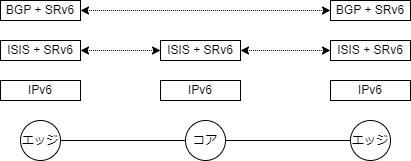
takamitsu-iida/srv6-guide keeps this draw.io diagram as doc/img/fig_4.drawio.png. Above is the earlier version. Source tidied: cells renumbered, new cells last; positions are measured from the earlier drawing's top-left corner, leaving out a move shared by most shapes.
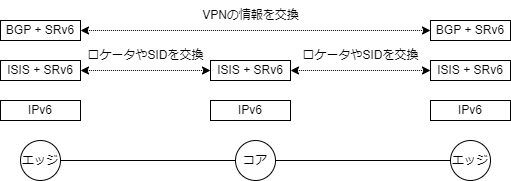
After the change.

The edit, as a diff of the source:
```diff
@@ -3,16 +3,16 @@
     <mxCell id="0" />
     <mxCell id="1" parent="0" />
     <mxCell id="2" value="エッジ" style="ellipse;whiteSpace=wrap;html=1;" parent="1" vertex="1">
-      <mxGeometry x="20" y="120" width="40" height="40" as="geometry" />
+      <mxGeometry x="-13" y="120" width="40" height="40" as="geometry" />
     </mxCell>
     <mxCell id="3" value="コア" style="ellipse;whiteSpace=wrap;html=1;" parent="1" vertex="1">
-      <mxGeometry x="185" y="120" width="40" height="40" as="geometry" />
+      <mxGeometry x="202" y="120" width="40" height="40" as="geometry" />
     </mxCell>
     <mxCell id="4" value="エッジ" style="ellipse;whiteSpace=wrap;html=1;" parent="1" vertex="1">
-      <mxGeometry x="350" y="120" width="40" height="40" as="geometry" />
+      <mxGeometry x="417" y="120" width="40" height="40" as="geometry" />
     </mxCell>
     <mxCell id="5" value="IPv6" style="rounded=0;whiteSpace=wrap;html=1;" parent="1" vertex="1">
-      <mxGeometry y="80" width="80" height="20" as="geometry" />
+      <mxGeometry x="-33" y="80" width="80" height="20" as="geometry" />
     </mxCell>
     <mxCell id="6" style="html=1;endArrow=none;endFill=0;exitX=0;exitY=0.5;exitDx=0;exitDy=0;entryX=1;entryY=0.5;entryDx=0;entryDy=0;" parent="1" edge="1" source="3" target="2">
       <mxGeometry relative="1" as="geometry" />
@@ -21,30 +21,28 @@
       <mxGeometry relative="1" as="geometry" />
     </mxCell>
     <mxCell id="8" value="IPv6" style="rounded=0;whiteSpace=wrap;html=1;" parent="1" vertex="1">
-      <mxGeometry x="160" y="80" width="80" height="20" as="geometry" />
+      <mxGeometry x="177" y="80" width="80" height="20" as="geometry" />
     </mxCell>
     <mxCell id="9" value="IPv6" style="rounded=0;whiteSpace=wrap;html=1;" parent="1" vertex="1">
-      <mxGeometry x="330" y="80" width="80" height="20" as="geometry" />
+      <mxGeometry x="397" y="80" width="80" height="20" as="geometry" />
     </mxCell>
     <mxCell id="10" value="ISIS + SRv6" style="rounded=0;whiteSpace=wrap;html=1;" parent="1" vertex="1">
-      <mxGeometry y="40" width="80" height="20" as="geometry" />
+      <mxGeometry x="-33" y="40" width="80" height="20" as="geometry" />
     </mxCell>
     <mxCell id="11" value="ISIS + SRv6" style="rounded=0;whiteSpace=wrap;html=1;" parent="1" vertex="1">
-      <mxGeometry x="160" y="40" width="80" height="20" as="geometry" />
+      <mxGeometry x="177" y="40" width="80" height="20" as="geometry" />
     </mxCell>
     <mxCell id="12" value="ISIS + SRv6" style="rounded=0;whiteSpace=wrap;html=1;" parent="1" vertex="1">
-      <mxGeometry x="330" y="40" width="80" height="20" as="geometry" />
+      <mxGeometry x="397" y="40" width="80" height="20" as="geometry" />
     </mxCell>
     <mxCell id="13" value="BGP + SRv6" style="rounded=0;whiteSpace=wrap;html=1;" parent="1" vertex="1">
-      <mxGeometry width="80" height="20" as="geometry" />
+      <mxGeometry x="-33" width="80" height="20" as="geometry" />
     </mxCell>
     <mxCell id="14" value="BGP + SRv6" style="rounded=0;whiteSpace=wrap;html=1;" parent="1" vertex="1">
-      <mxGeometry x="330" width="80" height="20" as="geometry" />
+      <mxGeometry x="397" width="80" height="20" as="geometry" />
     </mxCell>
-    <mxCell id="15" style="endArrow=classic;startArrow=classic;html=1;dashed=1;dashPattern=1 1;entryX=0;entryY=0.5;entryDx=0;entryDy=0;" parent="1" edge="1" target="11">
-      <mxGeometry relative="1" as="geometry">
-        <mxPoint x="80" y="50" as="sourcePoint" />
-      </mxGeometry>
+    <mxCell id="15" style="endArrow=classic;startArrow=classic;html=1;dashed=1;dashPattern=1 1;entryX=0;entryY=0.5;entryDx=0;entryDy=0;" parent="1" edge="1" source="10" target="11">
+      <mxGeometry relative="1" as="geometry" />
     </mxCell>
     <mxCell id="16" style="endArrow=classic;startArrow=classic;html=1;dashed=1;dashPattern=1 1;entryX=0;entryY=0.5;entryDx=0;entryDy=0;exitX=1;exitY=0.5;exitDx=0;exitDy=0;" parent="1" edge="1" source="11" target="12">
       <mxGeometry relative="1" as="geometry" />
@@ -52,5 +50,14 @@
     <mxCell id="17" style="endArrow=classic;startArrow=classic;html=1;dashed=1;dashPattern=1 1;entryX=0;entryY=0.5;entryDx=0;entryDy=0;exitX=1;exitY=0.5;exitDx=0;exitDy=0;" parent="1" edge="1" source="13" target="14">
       <mxGeometry relative="1" as="geometry" />
     </mxCell>
+    <mxCell id="18" value="VPNの情報を交換" style="text;html=1;align=center;verticalAlign=middle;strokeColor=none;fillColor=none;" parent="1" vertex="1">
+      <mxGeometry x="157" y="-20" width="120" height="30" as="geometry" />
+    </mxCell>
+    <mxCell id="19" value="ロケータやSIDを交換" style="text;html=1;align=center;verticalAlign=middle;strokeColor=none;fillColor=none;" parent="1" vertex="1">
+      <mxGeometry x="42" y="20" width="140" height="30" as="geometry" />
+    </mxCell>
+    <mxCell id="20" value="ロケータやSIDを交換" style="text;html=1;align=center;verticalAlign=middle;strokeColor=none;fillColor=none;" parent="1" vertex="1">
+      <mxGeometry x="257" y="20" width="140" height="30" as="geometry" />
+    </mxCell>
   </root>
 </mxGraphModel>
```
